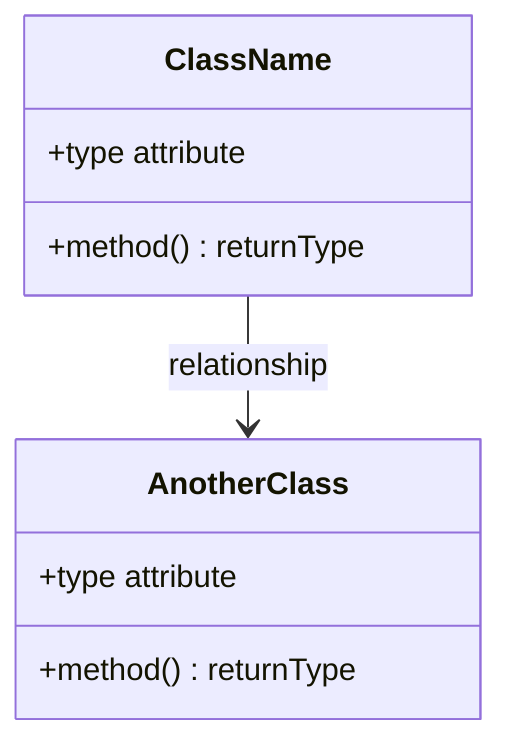
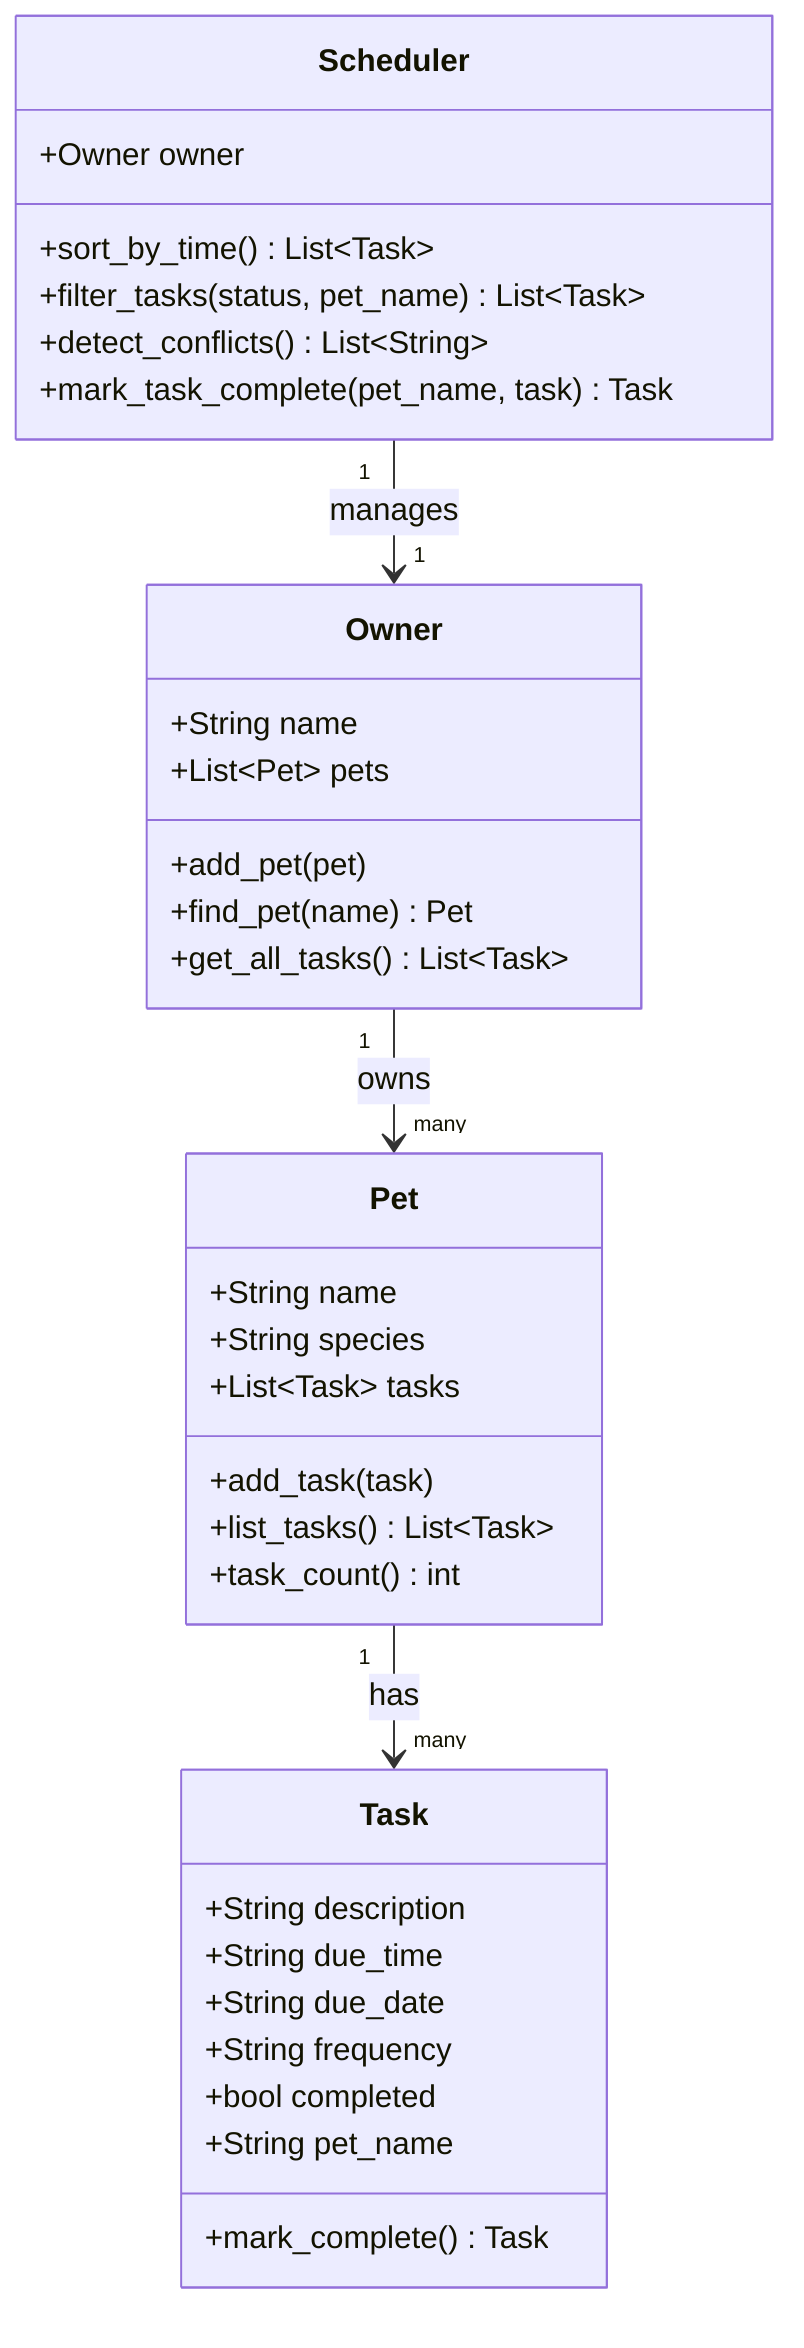
classDiagram
-     %% Replace the placeholders below with your actual classes, attributes, methods, and relationships.
-     %% Keep this file updated so it matches your final implementation.
- 
-     class ClassName {
-         +type attribute
-         +method() returnType
+     class Task {
+         +String description
+         +String due_time
+         +String due_date
+         +String frequency
+         +bool completed
+         +String pet_name
+         +mark_complete() Task
    }

-     class AnotherClass {
-         +type attribute
-         +method() returnType
+     class Pet {
+         +String name
+         +String species
+         +List~Task~ tasks
+         +add_task(task)
+         +list_tasks() List~Task~
+         +task_count() int
    }

-     ClassName --> AnotherClass : relationship
+     class Owner {
+         +String name
+         +List~Pet~ pets
+         +add_pet(pet)
+         +find_pet(name) Pet
+         +get_all_tasks() List~Task~
+     }
+ 
+     class Scheduler {
+         +Owner owner
+         +sort_by_time() List~Task~
+         +filter_tasks(status, pet_name) List~Task~
+         +detect_conflicts() List~String~
+         +mark_task_complete(pet_name, task) Task
+     }
+ 
+     Owner "1" --> "many" Pet : owns
+     Pet "1" --> "many" Task : has
+     Scheduler "1" --> "1" Owner : manages